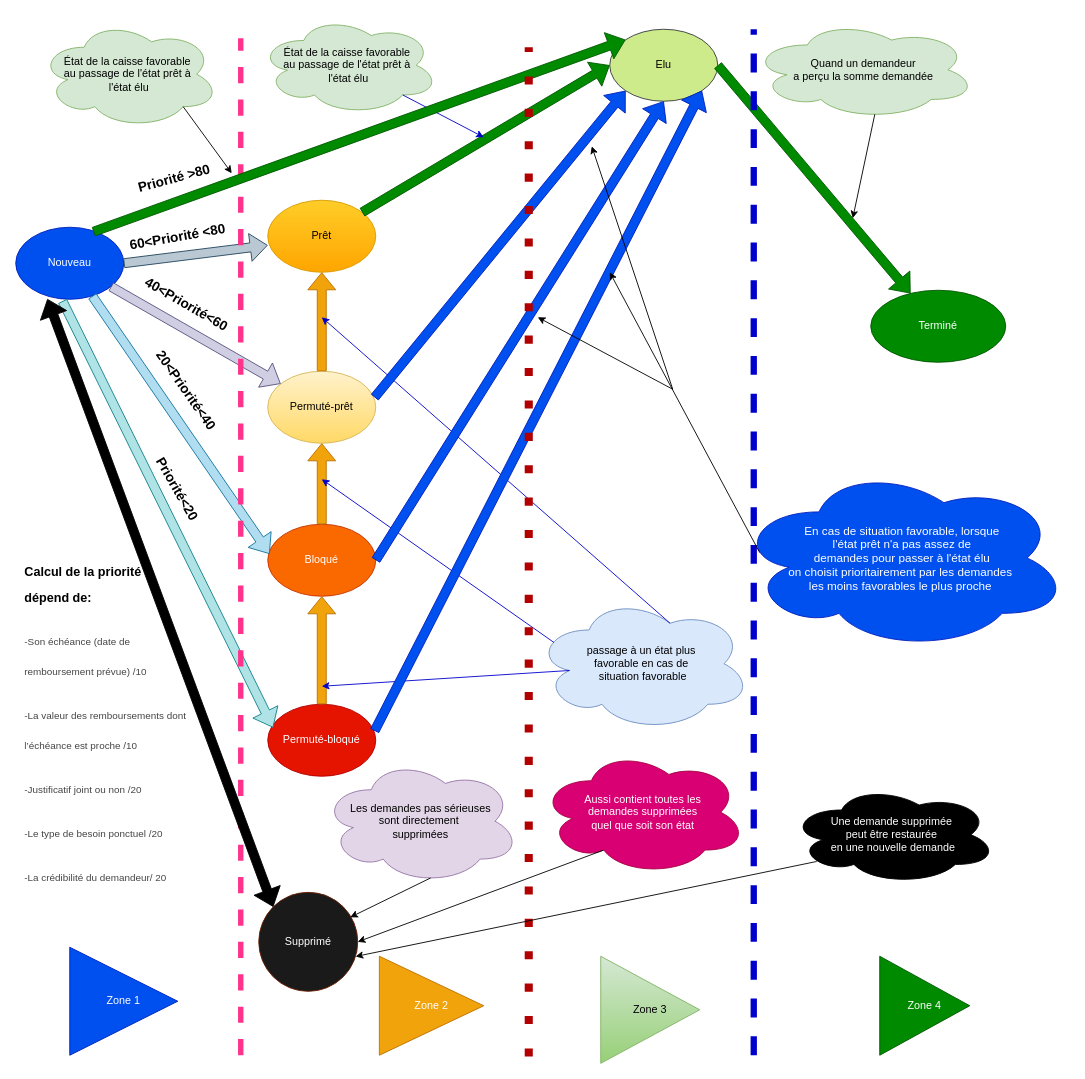
ambou-97/Sutura keeps this draw.io diagram as Untitled Diagram.drawio. Above is the earlier version. Source tidied: cells renumbered, new cells numbered last; positions are measured from the earlier drawing's top-left corner, leaving out a move shared by most shapes. Both pictures are drawn from the tidied source at 90%, with x=0, y=0 at pixel (15, 15).
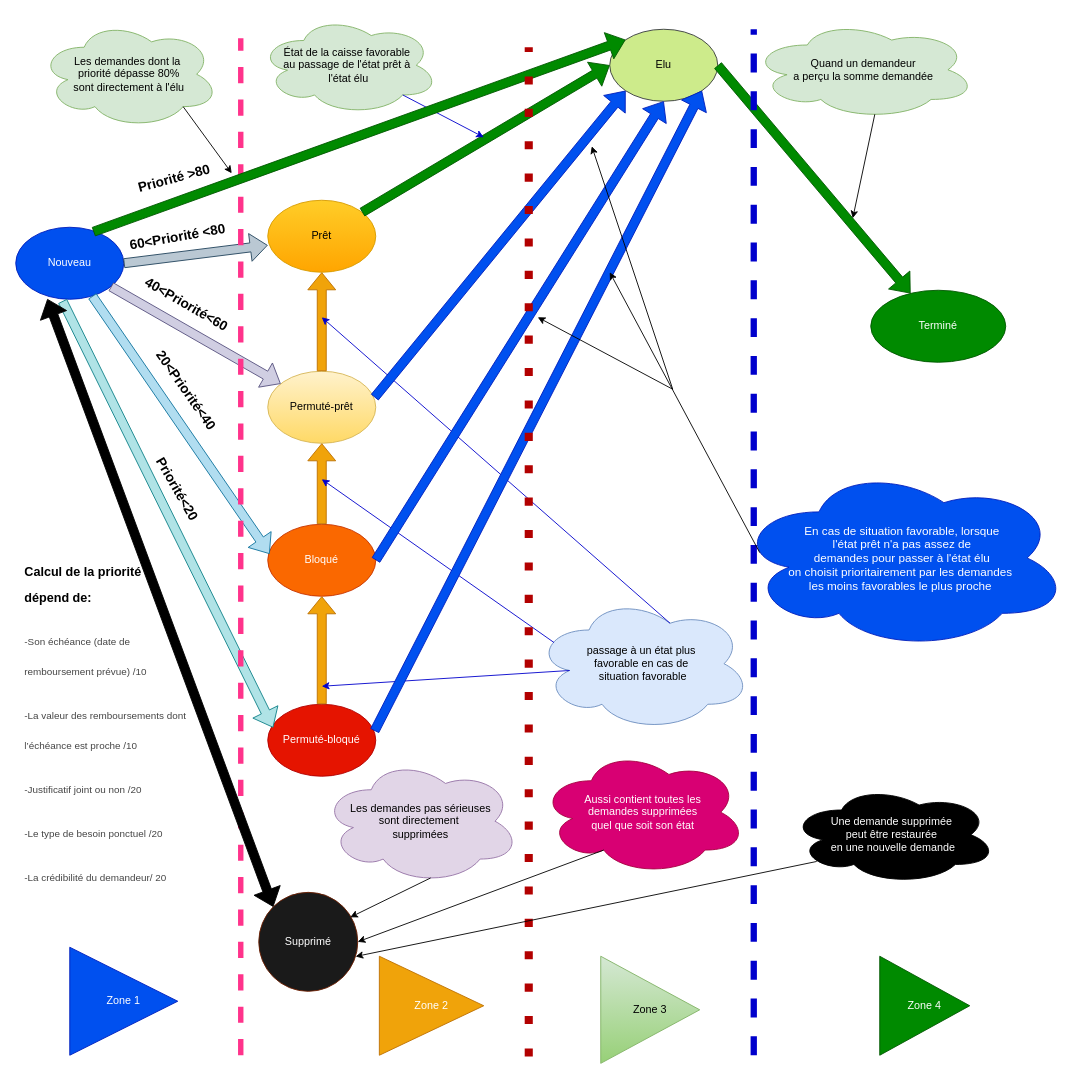
The same diagram, later.

Change to the diagram source:
```diff
@@
-    <mxCell id="41" value="État de la caisse favorable&amp;nbsp;&lt;br&gt;au passage de l'état prêt à&amp;nbsp;&lt;br&gt;l'état élu" style="ellipse;shape=cloud;whiteSpace=wrap;html=1;fillColor=#d5e8d4;strokeColor=#82b366;" parent="1" vertex="1">
+    <mxCell id="41" value="Les demandes dont la&amp;nbsp;&lt;br&gt;priorité dépasse 80%&lt;br&gt;sont directement à l'élu" style="ellipse;shape=cloud;whiteSpace=wrap;html=1;fillColor=#d5e8d4;strokeColor=#82b366;" parent="1" vertex="1">
       <mxGeometry x="26" y="5" width="200" height="120" as="geometry" />
     </mxCell>
```
